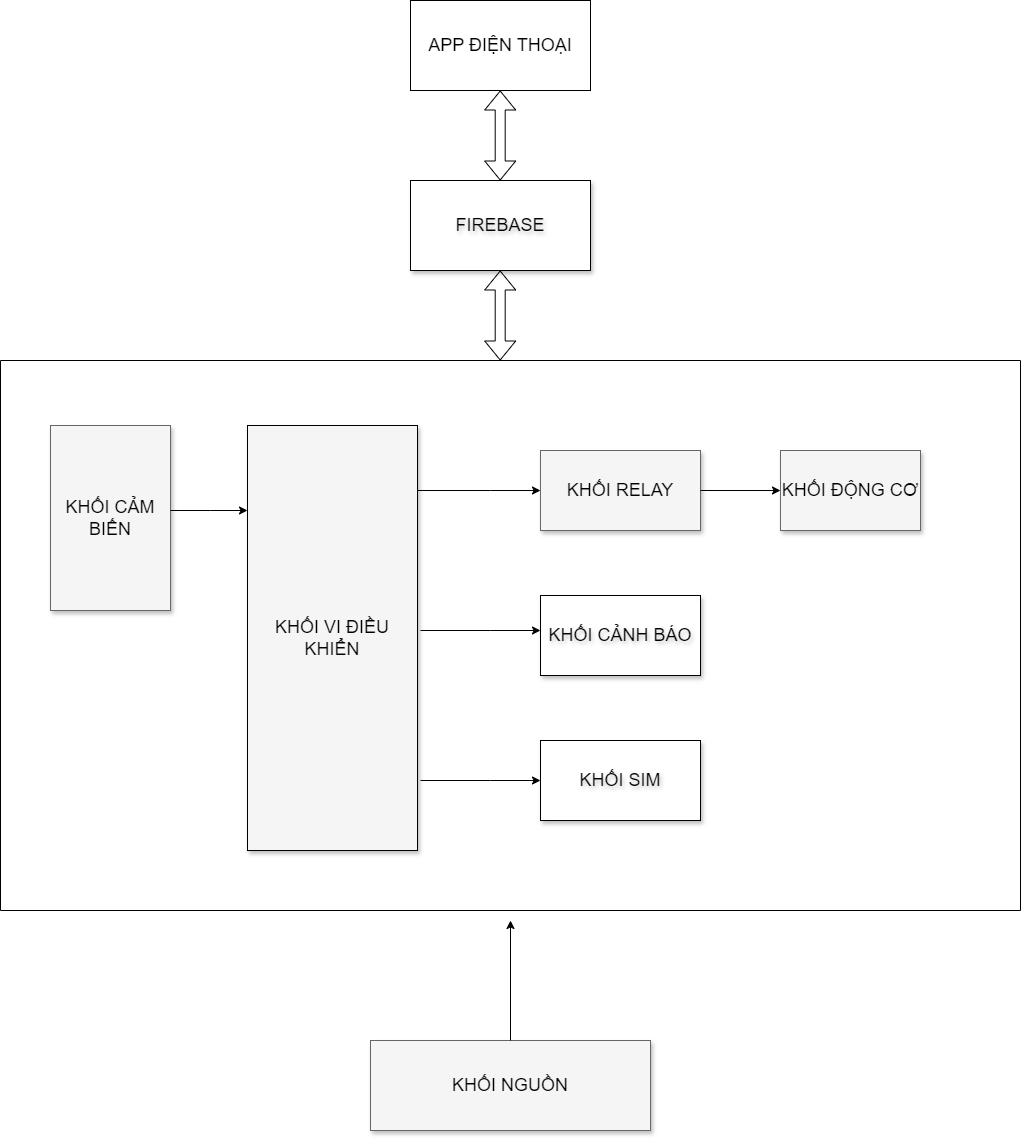
imvietp/Final_Thesis keeps this draw.io diagram as block_diagram/Block_Diagram.drawio.png. Above is the earlier version. Source tidied: cells renumbered, new cells last; positions are measured from the earlier drawing's top-left corner, leaving out a move shared by most shapes.
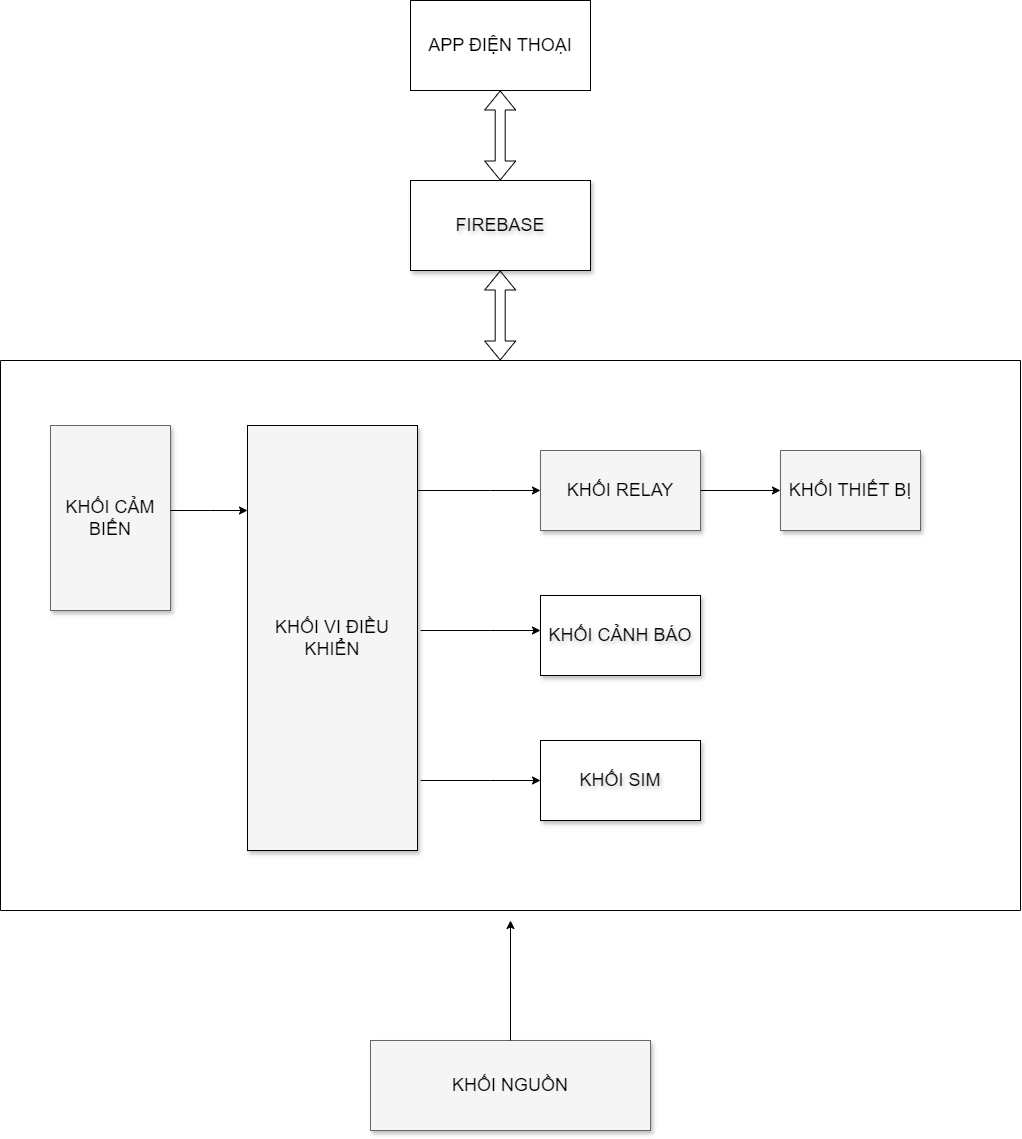
The same diagram one commit later.

Change to the diagram source:
```diff
@@ -17,7 +17,7 @@
     <mxCell id="6" value="KHỐI RELAY" style="whiteSpace=wrap;html=1;shadow=1;fontSize=18;fillColor=#f5f5f5;strokeColor=#666666;" parent="5" vertex="1">
       <mxGeometry x="540" y="90" width="160" height="80" as="geometry" />
     </mxCell>
-    <mxCell id="7" value="KHỐI ĐỘNG CƠ" style="whiteSpace=wrap;html=1;shadow=1;fontSize=18;fillColor=#f5f5f5;strokeColor=#666666;" parent="5" vertex="1">
+    <mxCell id="7" value="KHỐI THIẾT BỊ" style="whiteSpace=wrap;html=1;shadow=1;fontSize=18;fillColor=#f5f5f5;strokeColor=#666666;" parent="5" vertex="1">
       <mxGeometry x="780" y="90" width="140" height="80" as="geometry" />
     </mxCell>
     <mxCell id="8" style="endArrow=classic;html=1;rounded=0;exitX=1;exitY=0.5;exitDx=0;exitDy=0;entryX=0;entryY=0.5;entryDx=0;entryDy=0;" parent="5" edge="1" source="6" target="7">
```
